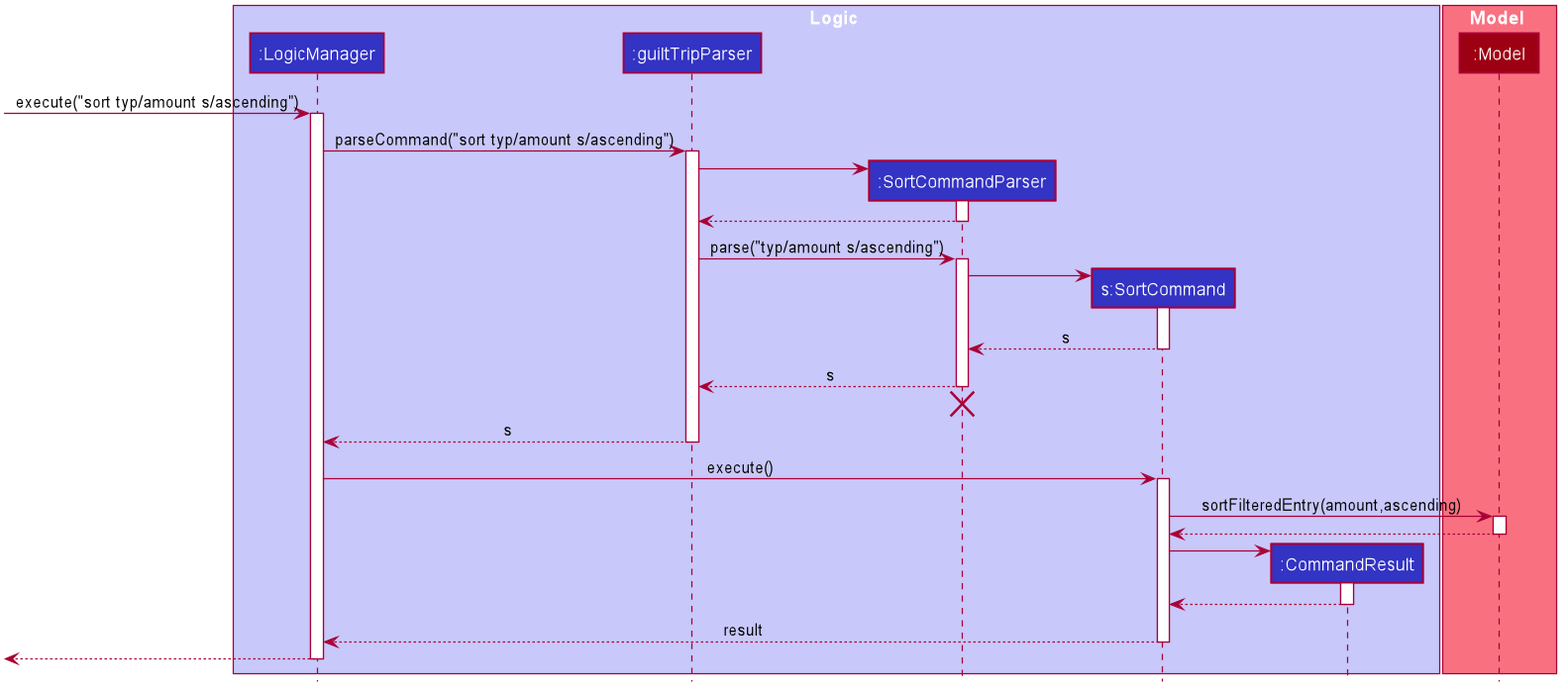
nus-cs2103-AY1920S1/addressbook-level3 keeps this PlantUML diagram as docs/images/SortSequence.png. Above is the earlier version.
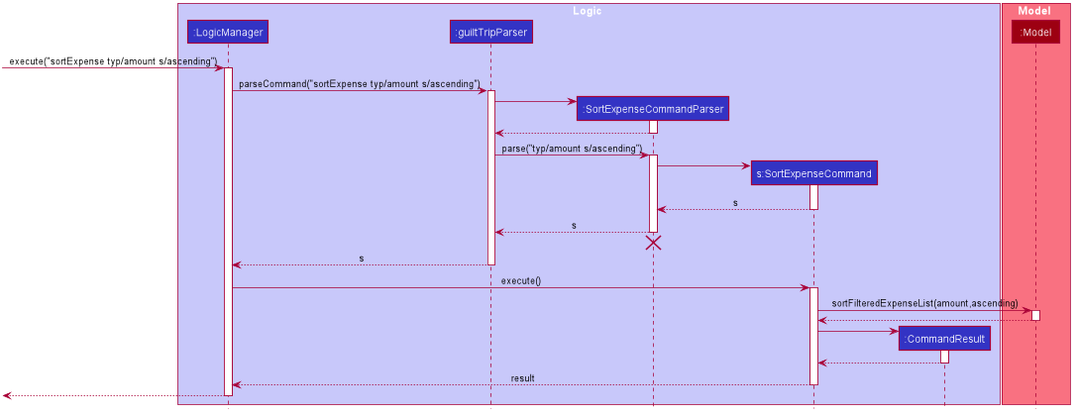
After the change.

The edit, as a diff of the source:
```diff
@@ -1,4 +1,5 @@
 @startuml
+
 
 
 
@@ -52,8 +53,8 @@
 box Logic #C8C8FA
 participant ":LogicManager" as LogicManager #3333C4
 participant ":guiltTripParser" as guiltTripParser #3333C4
-participant ":SortCommandParser" as SortCommandParser #3333C4
-participant "s:SortCommand" as SortCommand #3333C4
+participant ":SortExpenseCommandParser" as SortExpenseCommandParser #3333C4
+participant "s:SortExpenseCommand" as SortExpenseCommand #3333C4
 participant ":CommandResult" as CommandResult #3333C4
 end box
 
@@ -61,55 +62,55 @@
 participant ":Model" as Model #9D0012
 end box
 
-[-> LogicManager : execute("sort typ/amount s/ascending")
+[-> LogicManager : execute("sortExpense typ/amount s/ascending")
 activate LogicManager
 
-LogicManager -> guiltTripParser : parseCommand("sort typ/amount s/ascending")
+LogicManager -> guiltTripParser : parseCommand("sortExpense typ/amount s/ascending")
 activate guiltTripParser
 
-create SortCommandParser
-guiltTripParser -> SortCommandParser
-activate SortCommandParser
+create SortExpenseCommandParser
+guiltTripParser -> SortExpenseCommandParser
+activate SortExpenseCommandParser
 
-SortCommandParser --> guiltTripParser
-deactivate SortCommandParser
+SortExpenseCommandParser --> guiltTripParser
+deactivate SortExpenseCommandParser
 
-guiltTripParser -> SortCommandParser : parse("typ/amount s/ascending")
-activate SortCommandParser
+guiltTripParser -> SortExpenseCommandParser : parse("typ/amount s/ascending")
+activate SortExpenseCommandParser
 
-create SortCommand
-SortCommandParser -> SortCommand
-activate SortCommand
+create SortExpenseCommand
+SortExpenseCommandParser -> SortExpenseCommand
+activate SortExpenseCommand
 
-SortCommand --> SortCommandParser : s
-deactivate SortCommand
+SortExpenseCommand --> SortExpenseCommandParser : s
+deactivate SortExpenseCommand
 
-SortCommandParser --> guiltTripParser : s
-deactivate SortCommandParser
-SortCommandParser -[hidden]-> guiltTripParser
-destroy SortCommandParser
+SortExpenseCommandParser --> guiltTripParser : s
+deactivate SortExpenseCommandParser
+SortExpenseCommandParser -[hidden]-> guiltTripParser
+destroy SortExpenseCommandParser
 
 guiltTripParser --> LogicManager : s
 deactivate guiltTripParser
 
-LogicManager -> SortCommand : execute()
-activate SortCommand
+LogicManager -> SortExpenseCommand : execute()
+activate SortExpenseCommand
 
-SortCommand -> Model : sortFilteredEntry(amount,ascending)
+SortExpenseCommand -> Model : sortFilteredExpenseList(amount,ascending)
 activate Model
 
-Model --> SortCommand
+Model --> SortExpenseCommand
 deactivate Model
 
 create CommandResult
-SortCommand -> CommandResult
+SortExpenseCommand -> CommandResult
 activate CommandResult
 
-CommandResult --> SortCommand
+CommandResult --> SortExpenseCommand
 deactivate CommandResult
 
-SortCommand --> LogicManager : result
-deactivate SortCommand
+SortExpenseCommand --> LogicManager : result
+deactivate SortExpenseCommand
 
 [<--LogicManager
 deactivate LogicManager
```
